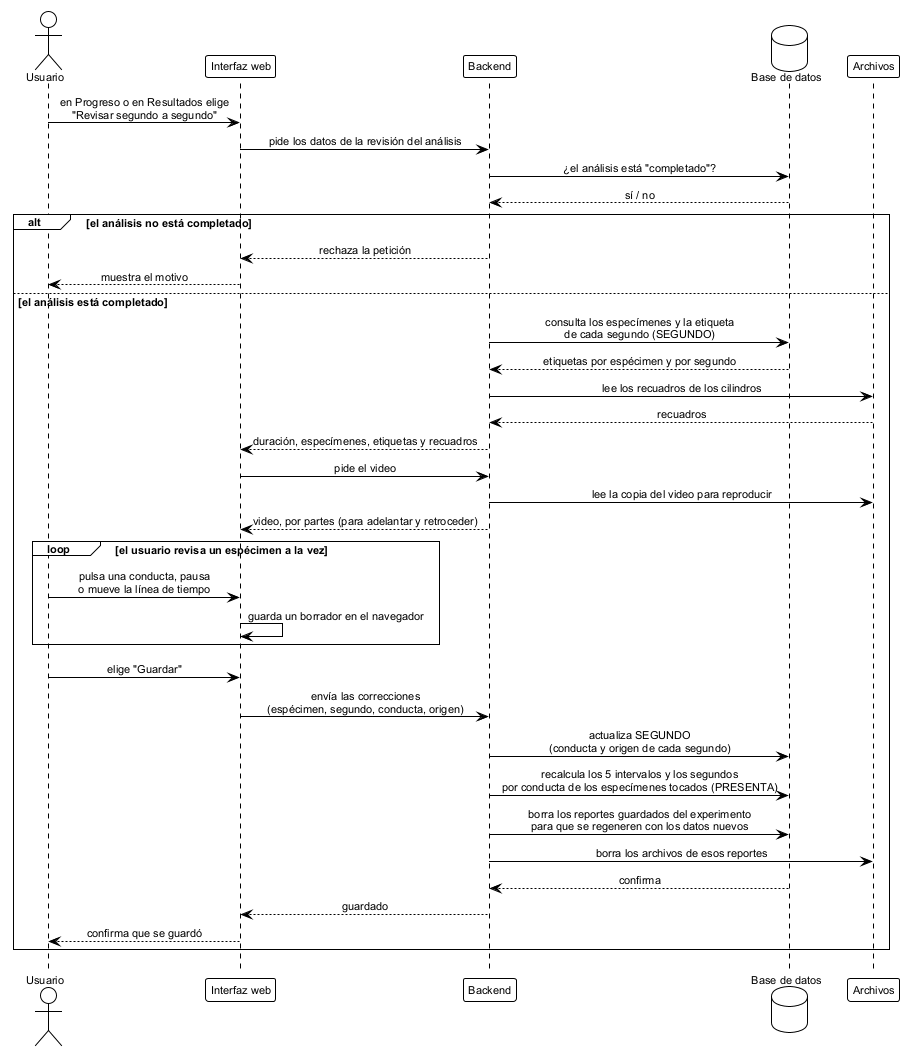
Earlier version of the PlantUML export figures/mermaid/seq_revision_segundos.png (ErickJester/fst-ai-system-latex).
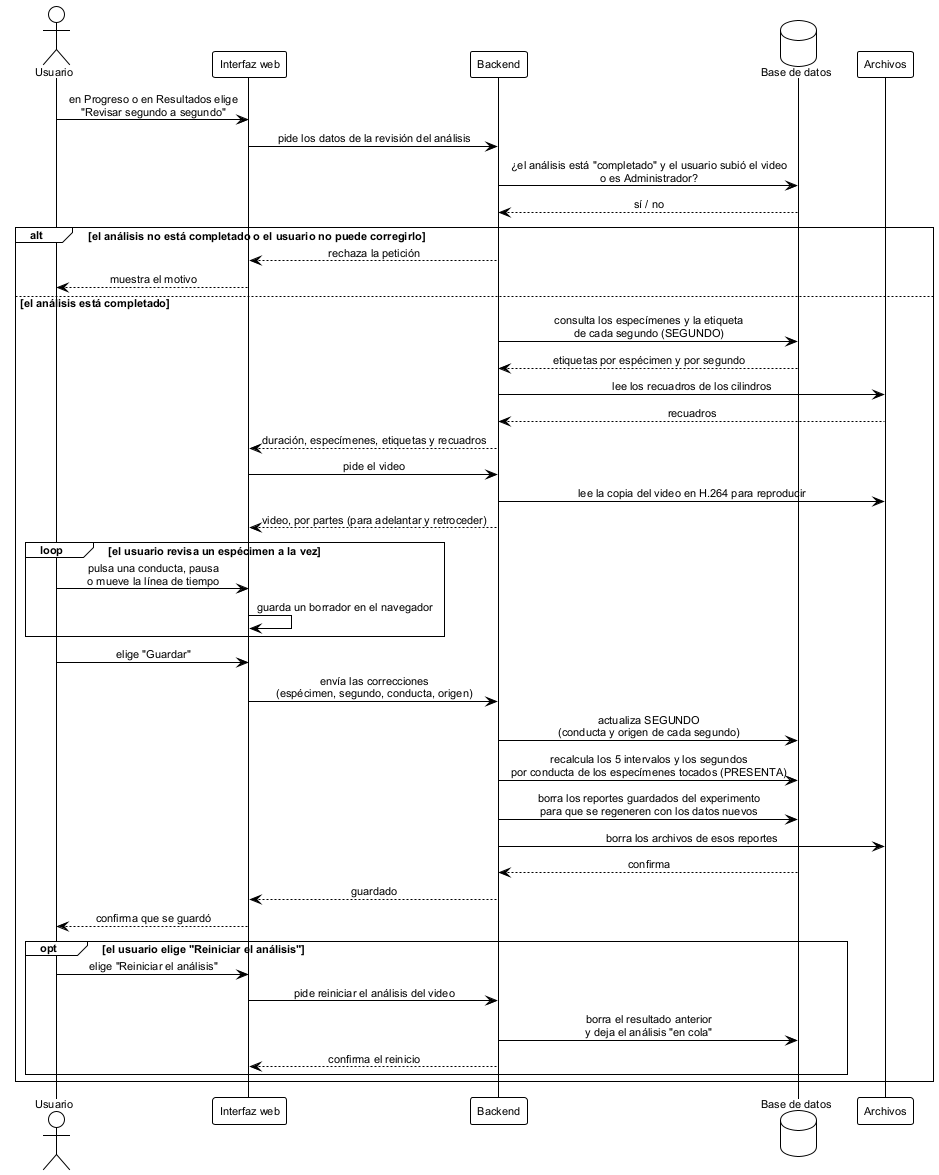
Above is the later version.

What changed in the source:
```diff
@@ -15,10 +15,10 @@
 
 u -> ui: en Progreso o en Resultados elige\n"Revisar segundo a segundo"
 ui -> api: pide los datos de la revisión del análisis
-api -> db: ¿el análisis está "completado"?
+api -> db: ¿el análisis está "completado" y el usuario subió el video\no es Administrador?
 db --> api: sí / no
 
-alt el análisis no está completado
+alt el análisis no está completado o el usuario no puede corregirlo
   api --> ui: rechaza la petición
   ui --> u: muestra el motivo
 else el análisis está completado
@@ -28,7 +28,7 @@
   fs --> api: recuadros
   api --> ui: duración, especímenes, etiquetas y recuadros
   ui -> api: pide el video
-  api -> fs: lee la copia del video para reproducir
+  api -> fs: lee la copia del video en H.264 para reproducir
   api --> ui: video, por partes (para adelantar y retroceder)
 
   loop el usuario revisa un espécimen a la vez
@@ -45,5 +45,12 @@
   db --> api: confirma
   api --> ui: guardado
   ui --> u: confirma que se guardó
+
+  opt el usuario elige "Reiniciar el análisis"
+    u -> ui: elige "Reiniciar el análisis"
+    ui -> api: pide reiniciar el análisis del video
+    api -> db: borra el resultado anterior\ny deja el análisis "en cola"
+    api --> ui: confirma el reinicio
+  end
 end
 @enduml
```
